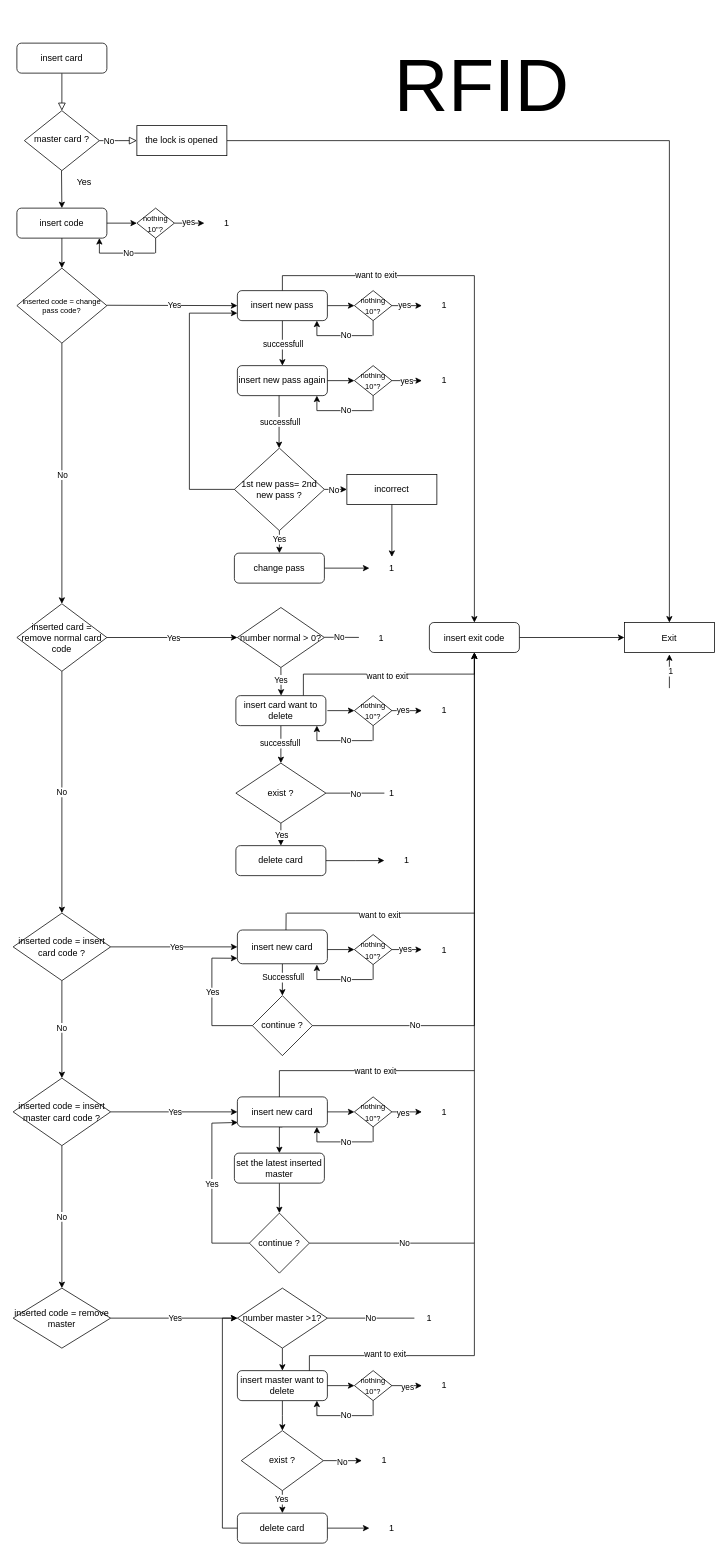
Before: Untitled Diagram.drawio in trikhonghu/DoorLock, a draw.io diagram. Source tidied: cells renumbered, new cells numbered last; positions are measured from the earlier drawing's top-left corner, leaving out a move shared by most shapes. Both pictures are drawn from the tidied source at 75%, with x=0, y=0 at pixel (13, 13).
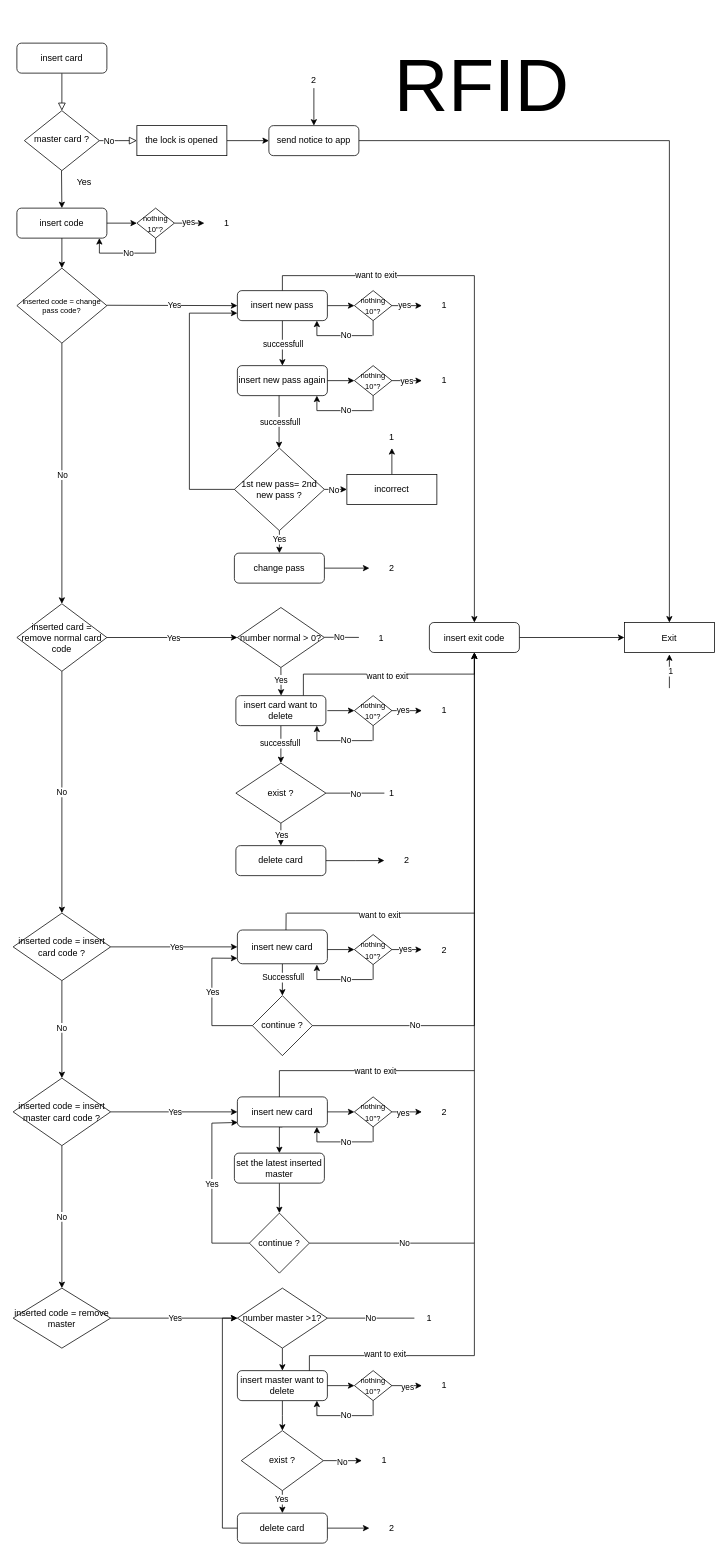
The same diagram, later.

Commit message:
send notice to app.drawio

The change refers to these unchanged cells:
```xml
<mxCell id="58" value="the lock is opened" style="rounded=0;whiteSpace=wrap;html=1;" parent="1" vertex="1">
  <mxGeometry x="165" y="150" width="120" height="40" as="geometry" />
</mxCell>
<mxCell id="75" value="Exit" style="rounded=0;whiteSpace=wrap;html=1;" parent="1" vertex="1">
  <mxGeometry x="815" y="812.5" width="120" height="40" as="geometry" />
</mxCell>
<mxCell id="120" value="incorrect" style="rounded=0;whiteSpace=wrap;html=1;" parent="1" vertex="1">
  <mxGeometry x="445" y="615" width="120" height="40" as="geometry" />
</mxCell>
```

Change to the diagram source:
```diff
@@
-    <mxCell id="57" style="edgeStyle=orthogonalEdgeStyle;rounded=0;jettySize=auto;html=1;exitX=1;exitY=0.5;exitDx=0;exitDy=0;entryX=0.5;entryY=0;entryDx=0;entryDy=0;" parent="1" edge="1" source="58" target="75">
-      <mxGeometry relative="1" as="geometry" />
-    </mxCell>
+    <mxCell id="195" style="edgeStyle=orthogonalEdgeStyle;rounded=0;jettySize=auto;html=1;exitX=1;exitY=0.5;exitDx=0;exitDy=0;entryX=0;entryY=0.5;entryDx=0;entryDy=0;" parent="1" edge="1" source="58" target="198">
+      <mxGeometry relative="1" as="geometry" />
+    </mxCell>
@@
-    <mxCell id="108" value="1" style="text;html=1;strokeColor=none;fillColor=none;align=center;verticalAlign=middle;whiteSpace=wrap;rounded=0;" parent="1" vertex="1">
+    <mxCell id="108" value="2" style="text;html=1;strokeColor=none;fillColor=none;align=center;verticalAlign=middle;whiteSpace=wrap;rounded=0;" parent="1" vertex="1">
       <mxGeometry x="495" y="1115" width="60" height="30" as="geometry" />
     </mxCell>
@@
-    <mxCell id="118" value="1" style="text;html=1;strokeColor=none;fillColor=none;align=center;verticalAlign=middle;whiteSpace=wrap;rounded=0;" parent="1" vertex="1">
+    <mxCell id="118" value="2" style="text;html=1;strokeColor=none;fillColor=none;align=center;verticalAlign=middle;whiteSpace=wrap;rounded=0;" parent="1" vertex="1">
       <mxGeometry x="475" y="2005" width="60" height="30" as="geometry" />
     </mxCell>
-    <mxCell id="119" style="edgeStyle=orthogonalEdgeStyle;rounded=0;jettySize=auto;html=1;exitX=0.5;exitY=1;exitDx=0;exitDy=0;" parent="1" edge="1" source="120" target="121">
-      <mxGeometry relative="1" as="geometry" />
-    </mxCell>
+    <mxCell id="196" style="edgeStyle=orthogonalEdgeStyle;rounded=0;jettySize=auto;html=1;exitX=0.5;exitY=0;exitDx=0;exitDy=0;entryX=0.5;entryY=1;entryDx=0;entryDy=0;" parent="1" edge="1" source="120" target="199">
+      <mxGeometry relative="1" as="geometry" />
+    </mxCell>
@@
-    <mxCell id="121" value="1" style="text;html=1;strokeColor=none;fillColor=none;align=center;verticalAlign=middle;whiteSpace=wrap;rounded=0;" parent="1" vertex="1">
+    <mxCell id="121" value="2" style="text;html=1;strokeColor=none;fillColor=none;align=center;verticalAlign=middle;whiteSpace=wrap;rounded=0;" parent="1" vertex="1">
       <mxGeometry x="475" y="725" width="60" height="30" as="geometry" />
     </mxCell>
@@
-    <mxCell id="157" value="1" style="text;html=1;strokeColor=none;fillColor=none;align=center;verticalAlign=middle;whiteSpace=wrap;rounded=0;" parent="1" vertex="1">
+    <mxCell id="157" value="2" style="text;html=1;strokeColor=none;fillColor=none;align=center;verticalAlign=middle;whiteSpace=wrap;rounded=0;" parent="1" vertex="1">
       <mxGeometry x="545" y="1233.6" width="60" height="30" as="geometry" />
     </mxCell>
@@
-    <mxCell id="166" value="1" style="text;html=1;strokeColor=none;fillColor=none;align=center;verticalAlign=middle;whiteSpace=wrap;rounded=0;" parent="1" vertex="1">
+    <mxCell id="166" value="2" style="text;html=1;strokeColor=none;fillColor=none;align=center;verticalAlign=middle;whiteSpace=wrap;rounded=0;" parent="1" vertex="1">
       <mxGeometry x="545" y="1450" width="60" height="30" as="geometry" />
     </mxCell>
@@
+    <mxCell id="197" style="edgeStyle=orthogonalEdgeStyle;rounded=0;jettySize=auto;html=1;exitX=1;exitY=0.5;exitDx=0;exitDy=0;entryX=0.5;entryY=0;entryDx=0;entryDy=0;" parent="1" edge="1" source="198" target="75">
+      <mxGeometry relative="1" as="geometry" />
+    </mxCell>
+    <mxCell id="198" value="send notice to app" style="rounded=1;whiteSpace=wrap;html=1;" parent="1" vertex="1">
+      <mxGeometry x="341" y="150" width="120" height="40" as="geometry" />
+    </mxCell>
+    <mxCell id="199" value="1" style="text;html=1;strokeColor=none;fillColor=none;align=center;verticalAlign=middle;whiteSpace=wrap;rounded=0;" parent="1" vertex="1">
+      <mxGeometry x="475" y="550" width="60" height="30" as="geometry" />
+    </mxCell>
+    <mxCell id="200" style="edgeStyle=orthogonalEdgeStyle;rounded=0;jettySize=auto;html=1;exitX=0.5;exitY=1;exitDx=0;exitDy=0;entryX=0.5;entryY=0;entryDx=0;entryDy=0;" parent="1" edge="1" source="201" target="198">
+      <mxGeometry relative="1" as="geometry" />
+    </mxCell>
+    <mxCell id="201" value="2" style="text;html=1;strokeColor=none;fillColor=none;align=center;verticalAlign=middle;whiteSpace=wrap;rounded=0;" parent="1" vertex="1">
+      <mxGeometry x="371" y="80" width="60" height="20" as="geometry" />
+    </mxCell>
```
